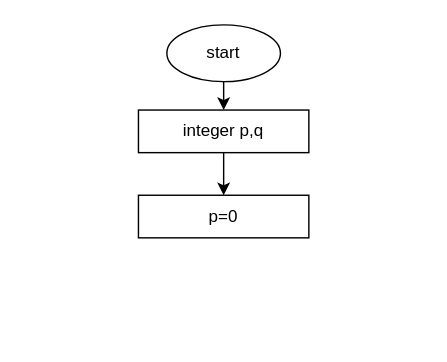
maulliidda/Maulida-FP11 keeps this draw.io diagram as flowchart.drawio. Above is the earlier version. Source tidied: cells renumbered, new cells numbered last; positions are measured from the earlier drawing's top-left corner, leaving out a move shared by most shapes. Both pictures are drawn from the tidied source at 142%, with x=0, y=0 at pixel (138, 24).
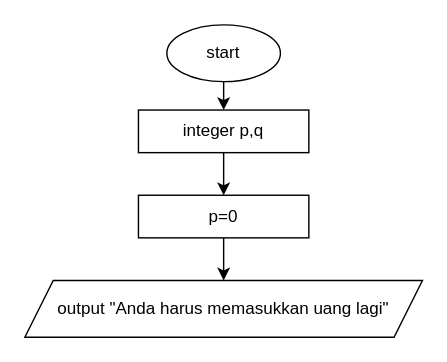
The same page after the edit.

Commit message:
Show the ouput if we add p=0

Change to the diagram source:
```diff
@@
 <mxGraphModel>
   <root>
     <mxCell id="0" />
     <mxCell id="1" parent="0" />
     <mxCell id="2" style="edgeStyle=none;html=1;" parent="1" edge="1" source="3" target="5">
       <mxGeometry relative="1" as="geometry" />
     </mxCell>
     <mxCell id="3" value="start" style="ellipse;whiteSpace=wrap;html=1;" parent="1" vertex="1">
       <mxGeometry x="20" width="80" height="40" as="geometry" />
     </mxCell>
     <mxCell id="4" style="edgeStyle=none;html=1;" parent="1" edge="1" source="5" target="6">
       <mxGeometry relative="1" as="geometry" />
     </mxCell>
     <mxCell id="5" value="integer p,q" style="whiteSpace=wrap;html=1;" parent="1" vertex="1">
       <mxGeometry y="60" width="120" height="30" as="geometry" />
     </mxCell>
+    <mxCell id="7" style="edgeStyle=none;html=1;" parent="1" edge="1" source="6" target="8">
+      <mxGeometry relative="1" as="geometry" />
+    </mxCell>
     <mxCell id="6" value="p=0" style="whiteSpace=wrap;html=1;" parent="1" vertex="1">
       <mxGeometry y="120" width="120" height="30" as="geometry" />
     </mxCell>
+    <mxCell id="8" value="output &quot;Anda harus memasukkan uang lagi&quot;" style="shape=parallelogram;perimeter=parallelogramPerimeter;whiteSpace=wrap;html=1;fixedSize=1;" parent="1" vertex="1">
+      <mxGeometry x="-80" y="180" width="280" height="40" as="geometry" />
+    </mxCell>
   </root>
 </mxGraphModel>
```
